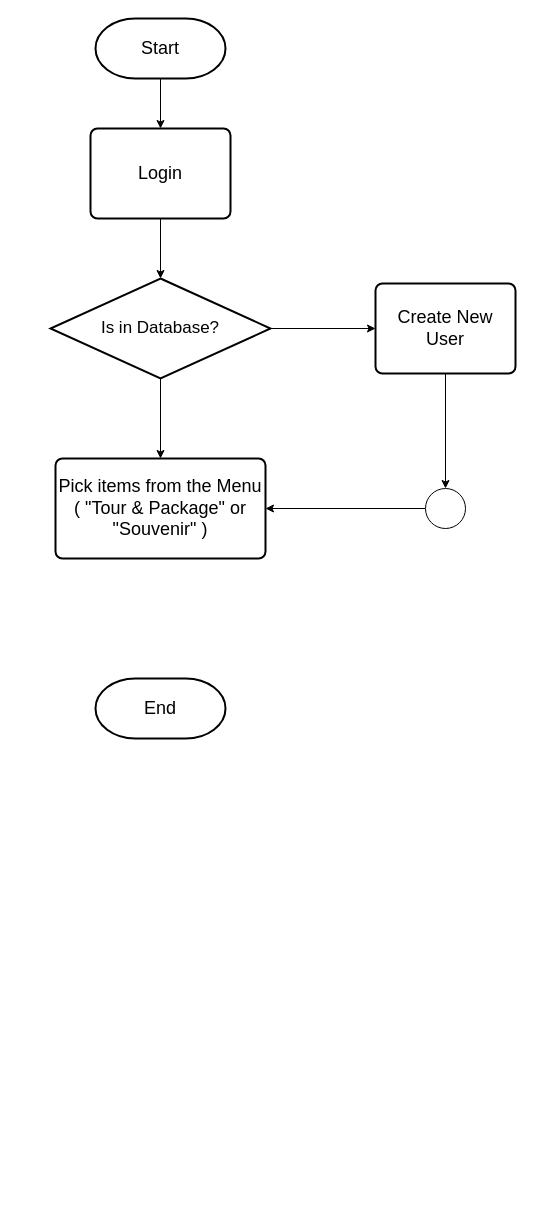
Above: Untitled Diagram.drawio in dethMastery/lab (draw.io), before the change. Source tidied: cells renumbered, new cells numbered last; positions are measured from the earlier drawing's top-left corner, leaving out a move shared by most shapes. Both pictures are drawn from the tidied source at 100%, with x=0, y=0 at pixel (50, 18).
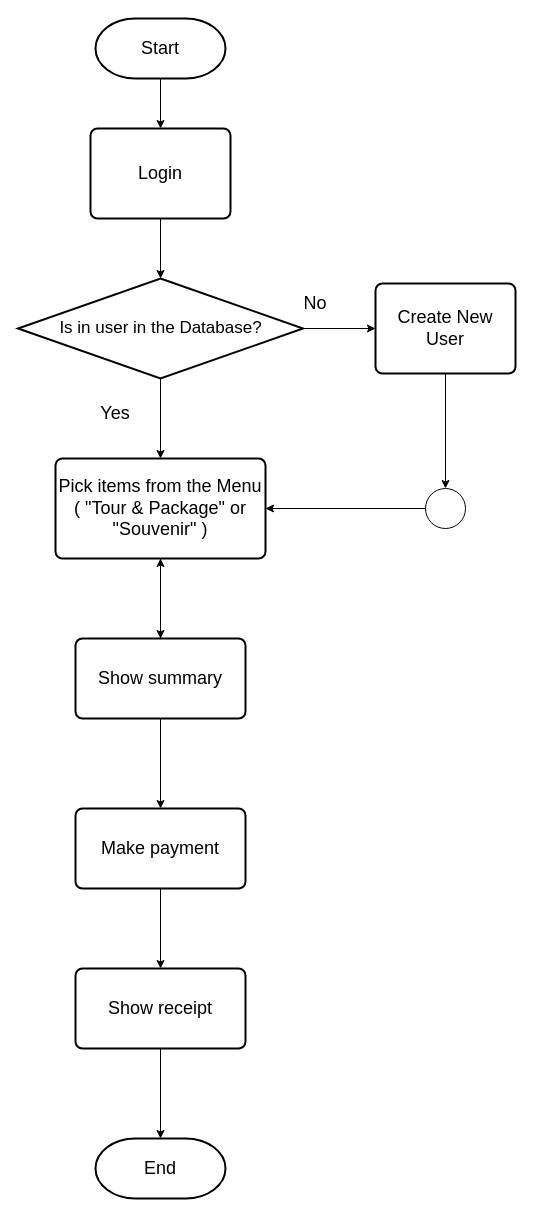
Above is the later version.

The change refers to these unchanged cells:
```xml
<mxCell id="12" value="&lt;font style=&quot;font-size: 18px;&quot;&gt;Pick items from the Menu ( &quot;Tour &amp;amp; Package&quot; or &quot;Souvenir&quot; )&lt;/font&gt;" style="rounded=1;whiteSpace=wrap;html=1;absoluteArcSize=1;arcSize=14;strokeWidth=2;" parent="1" vertex="1">
  <mxGeometry x="5" y="440" width="210" height="100" as="geometry" />
</mxCell>
```

Diff of the diagram source:
```diff
@@
-    <mxCell id="4" value="&lt;font style=&quot;font-size: 17px;&quot;&gt;Is in Database?&lt;/font&gt;" style="strokeWidth=2;html=1;shape=mxgraph.flowchart.decision;whiteSpace=wrap;" parent="1" vertex="1">
-      <mxGeometry y="260" width="220" height="100" as="geometry" />
+    <mxCell id="4" value="&lt;font style=&quot;font-size: 17px;&quot;&gt;Is in user in the Database?&lt;/font&gt;" style="strokeWidth=2;html=1;shape=mxgraph.flowchart.decision;whiteSpace=wrap;" parent="1" vertex="1">
+      <mxGeometry x="-32.5" y="260" width="285" height="100" as="geometry" />
     </mxCell>
@@
     <mxCell id="9" value="&lt;font style=&quot;font-size: 18px;&quot;&gt;End&lt;/font&gt;" style="strokeWidth=2;html=1;shape=mxgraph.flowchart.terminator;whiteSpace=wrap;" parent="1" vertex="1">
-      <mxGeometry x="45" y="660" width="130" height="60" as="geometry" />
+      <mxGeometry x="45" y="1120" width="130" height="60" as="geometry" />
     </mxCell>
@@
+    <mxCell id="15" style="edgeStyle=orthogonalEdgeStyle;rounded=0;jettySize=auto;html=1;" parent="1" edge="1" source="12" target="20">
+      <mxGeometry relative="1" as="geometry" />
+    </mxCell>
@@
+    <mxCell id="16" value="&lt;font style=&quot;font-size: 18px;&quot;&gt;No&lt;/font&gt;" style="text;html=1;strokeColor=none;fillColor=none;align=center;verticalAlign=middle;whiteSpace=wrap;rounded=0;" parent="1" vertex="1">
+      <mxGeometry x="235" y="270" width="60" height="30" as="geometry" />
+    </mxCell>
+    <mxCell id="17" value="&lt;font style=&quot;font-size: 18px;&quot;&gt;Yes&lt;/font&gt;" style="text;html=1;strokeColor=none;fillColor=none;align=center;verticalAlign=middle;whiteSpace=wrap;rounded=0;" parent="1" vertex="1">
+      <mxGeometry x="35" y="380" width="60" height="30" as="geometry" />
+    </mxCell>
+    <mxCell id="18" style="edgeStyle=orthogonalEdgeStyle;rounded=0;jettySize=auto;html=1;" parent="1" edge="1" source="20" target="12">
+      <mxGeometry relative="1" as="geometry" />
+    </mxCell>
+    <mxCell id="19" style="edgeStyle=orthogonalEdgeStyle;rounded=0;jettySize=auto;html=1;" parent="1" edge="1" source="20" target="22">
+      <mxGeometry relative="1" as="geometry" />
+    </mxCell>
+    <mxCell id="20" value="&lt;font style=&quot;font-size: 18px;&quot;&gt;Show summary&lt;/font&gt;" style="rounded=1;whiteSpace=wrap;html=1;absoluteArcSize=1;arcSize=14;strokeWidth=2;" parent="1" vertex="1">
+      <mxGeometry x="25" y="620" width="170" height="80" as="geometry" />
+    </mxCell>
+    <mxCell id="21" style="edgeStyle=orthogonalEdgeStyle;rounded=0;jettySize=auto;html=1;" parent="1" edge="1" source="22" target="24">
+      <mxGeometry relative="1" as="geometry" />
+    </mxCell>
+    <mxCell id="22" value="&lt;font style=&quot;font-size: 18px;&quot;&gt;Make payment&lt;/font&gt;" style="rounded=1;whiteSpace=wrap;html=1;absoluteArcSize=1;arcSize=14;strokeWidth=2;" parent="1" vertex="1">
+      <mxGeometry x="25" y="790" width="170" height="80" as="geometry" />
+    </mxCell>
+    <mxCell id="23" style="edgeStyle=orthogonalEdgeStyle;rounded=0;jettySize=auto;html=1;" parent="1" edge="1" source="24" target="9">
+      <mxGeometry relative="1" as="geometry" />
+    </mxCell>
+    <mxCell id="24" value="&lt;font style=&quot;font-size: 18px;&quot;&gt;Show receipt&lt;/font&gt;" style="rounded=1;whiteSpace=wrap;html=1;absoluteArcSize=1;arcSize=14;strokeWidth=2;" parent="1" vertex="1">
+      <mxGeometry x="25" y="950" width="170" height="80" as="geometry" />
+    </mxCell>
```
